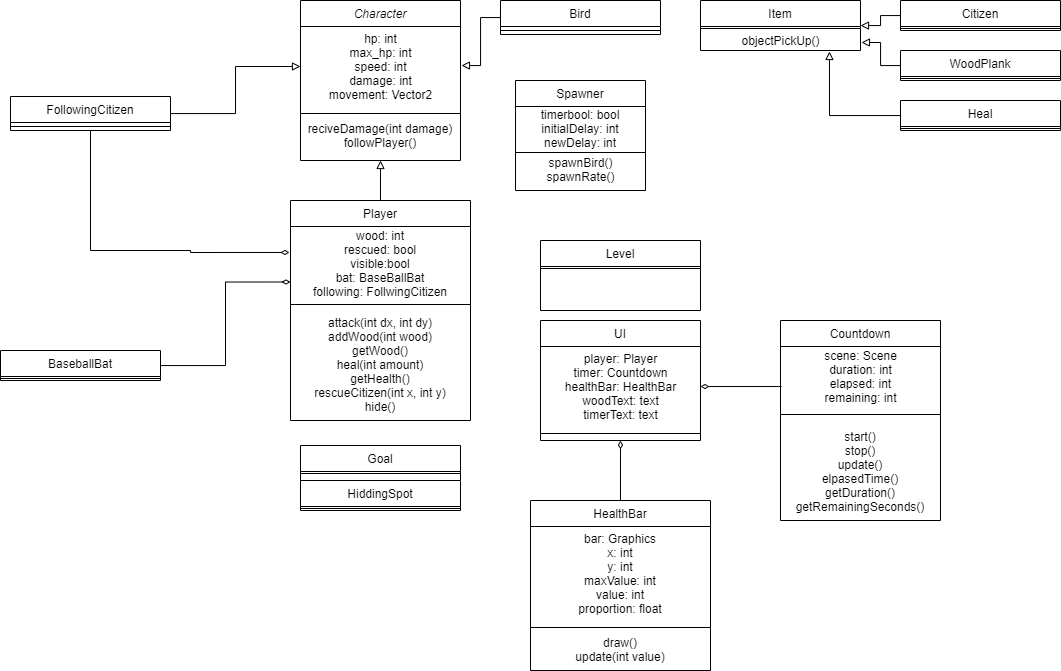
Before: assets/images/aves.drawio.png, a diagram exported from draw.io (Acedpol/Proyecto_PVLI---AVES). Source tidied: cells renumbered, new cells last; positions are measured from the earlier drawing's top-left corner, leaving out a move shared by most shapes.
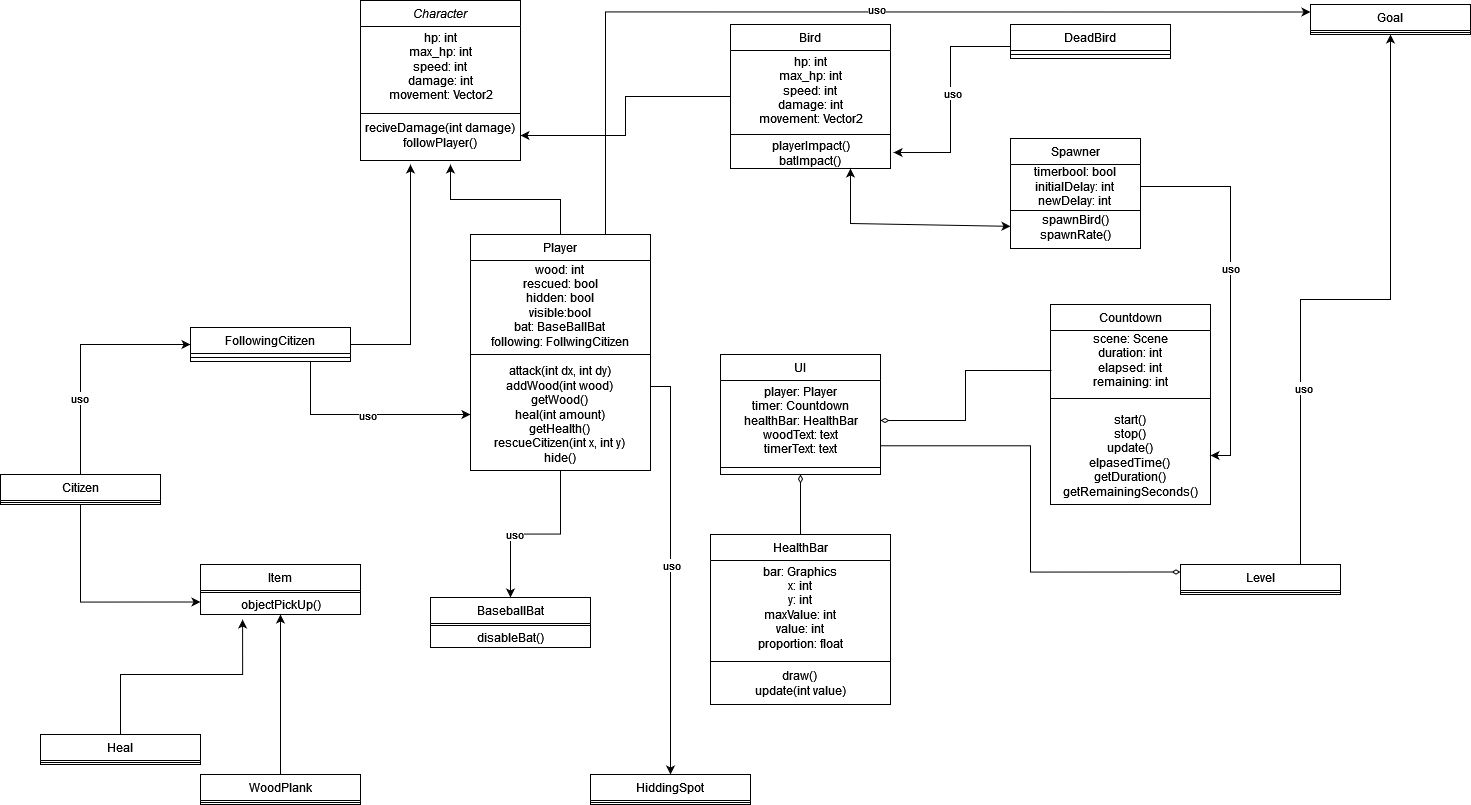
After the commit.

Commit message:
nuevo uml

Change to the diagram source:
```diff
@@ -5,3 +5,3 @@
     <mxCell id="2" value="Character" style="swimlane;fontStyle=2;align=center;verticalAlign=top;horizontal=1;startSize=26;rounded=0;shadow=0;strokeWidth=1;" parent="1" vertex="1">
-      <mxGeometry x="300" width="160" height="160" as="geometry" />
+      <mxGeometry x="180" y="-34" width="160" height="160" as="geometry" />
     </mxCell>
@@ -16,12 +16,17 @@
     </mxCell>
-    <mxCell id="6" style="edgeStyle=orthogonalEdgeStyle;rounded=0;jettySize=auto;html=1;endArrow=block;endFill=0;" parent="1" edge="1" source="8" target="3">
-      <mxGeometry relative="1" as="geometry" />
+    <mxCell id="6" style="edgeStyle=orthogonalEdgeStyle;rounded=0;jettySize=auto;html=1;endArrow=classic;endFill=1;" parent="1" edge="1" source="8">
+      <mxGeometry relative="1" as="geometry">
+        <mxPoint x="230" y="130" as="targetPoint" />
+      </mxGeometry>
     </mxCell>
-    <mxCell id="7" style="edgeStyle=orthogonalEdgeStyle;rounded=0;jettySize=auto;html=1;startArrow=none;startFill=0;endArrow=none;endFill=0;" parent="1" edge="1" source="8">
-      <mxGeometry relative="1" as="geometry">
-        <mxPoint x="90" y="250" as="targetPoint" />
-      </mxGeometry>
-    </mxCell>
+    <mxCell id="57" style="edgeStyle=orthogonalEdgeStyle;rounded=0;jettySize=auto;html=1;exitX=0.75;exitY=1;exitDx=0;exitDy=0;entryX=0;entryY=0.5;entryDx=0;entryDy=0;endArrow=classic;endFill=1;" parent="1" edge="1" source="8" target="14">
+      <mxGeometry relative="1" as="geometry" />
+    </mxCell>
+    <mxCell id="58" value="uso" style="edgeLabel;html=1;align=center;verticalAlign=middle;" parent="57" vertex="1">
+      <mxGeometry x="0.02" relative="1" as="geometry">
+        <mxPoint x="1" as="offset" />
+      </mxGeometry>
+    </mxCell>
     <mxCell id="8" value="FollowingCitizen&#10;" style="swimlane;fontStyle=0;align=center;verticalAlign=top;horizontal=1;startSize=26;rounded=0;shadow=0;strokeWidth=1;" parent="1" vertex="1">
-      <mxGeometry x="10" y="96" width="160" height="34" as="geometry" />
+      <mxGeometry x="10" y="293" width="160" height="34" as="geometry" />
     </mxCell>
@@ -30,28 +35,42 @@
     </mxCell>
-    <mxCell id="10" style="edgeStyle=orthogonalEdgeStyle;rounded=0;jettySize=auto;html=1;exitX=0.5;exitY=0;exitDx=0;exitDy=0;entryX=0.5;entryY=1;entryDx=0;entryDy=0;endArrow=block;endFill=0;" parent="1" edge="1" source="11" target="2">
-      <mxGeometry relative="1" as="geometry" />
+    <mxCell id="10" style="edgeStyle=orthogonalEdgeStyle;rounded=0;jettySize=auto;html=1;exitX=0.5;exitY=0;exitDx=0;exitDy=0;endArrow=classic;endFill=1;" parent="1" edge="1" source="11">
+      <mxGeometry relative="1" as="geometry">
+        <mxPoint x="270" y="130" as="targetPoint" />
+      </mxGeometry>
     </mxCell>
+    <mxCell id="59" style="edgeStyle=orthogonalEdgeStyle;rounded=0;jettySize=auto;html=1;exitX=0.75;exitY=0;exitDx=0;exitDy=0;entryX=0;entryY=0.25;entryDx=0;entryDy=0;startArrow=none;startFill=0;endArrow=classic;endFill=1;" parent="1" edge="1" source="11" target="43">
+      <mxGeometry relative="1" as="geometry" />
+    </mxCell>
+    <mxCell id="60" value="uso" style="edgeLabel;html=1;align=center;verticalAlign=middle;" parent="59" vertex="1">
+      <mxGeometry x="0.06" y="3" relative="1" as="geometry" />
+    </mxCell>
     <mxCell id="11" value="Player&#10;" style="swimlane;fontStyle=0;align=center;verticalAlign=top;horizontal=1;startSize=26;rounded=0;shadow=0;strokeWidth=1;" parent="1" vertex="1">
-      <mxGeometry x="290" y="200" width="180" height="220" as="geometry" />
+      <mxGeometry x="290" y="200" width="180" height="236" as="geometry" />
     </mxCell>
-    <mxCell id="12" value="wood: int&lt;br&gt;rescued: bool&lt;br&gt;visible:bool&lt;br&gt;bat: BaseBallBat&lt;br&gt;following: FollwingCitizen" style="text;html=1;strokeColor=none;fillColor=none;align=center;verticalAlign=middle;whiteSpace=wrap;rounded=0;" parent="11" vertex="1">
-      <mxGeometry y="26" width="180" height="74" as="geometry" />
+    <mxCell id="12" value="wood: int&lt;br&gt;&lt;div&gt;rescued: bool&lt;/div&gt;&lt;div&gt;hidden: bool&lt;br&gt;&lt;/div&gt;visible:bool&lt;br&gt;bat: BaseBallBat&lt;br&gt;following: FollwingCitizen" style="text;html=1;strokeColor=none;fillColor=none;align=center;verticalAlign=middle;whiteSpace=wrap;rounded=0;" parent="11" vertex="1">
+      <mxGeometry y="26" width="180" height="90" as="geometry" />
     </mxCell>
     <mxCell id="13" style="line;html=1;strokeWidth=1;align=left;verticalAlign=middle;spacingTop=-1;spacingLeft=3;spacingRight=3;labelPosition=right;" parent="11" vertex="1">
-      <mxGeometry y="100" width="180" height="8" as="geometry" />
+      <mxGeometry y="116" width="180" height="8" as="geometry" />
     </mxCell>
     <mxCell id="14" value="attack(int dx, int dy)&lt;br&gt;addWood(int wood)&lt;br&gt;getWood()&lt;br&gt;heal(int amount)&lt;br&gt;getHealth()&lt;br&gt;rescueCitizen(int x, int y)&lt;br&gt;hide()&lt;br&gt;" style="text;html=1;strokeColor=none;fillColor=none;align=center;verticalAlign=middle;whiteSpace=wrap;rounded=0;" parent="11" vertex="1">
-      <mxGeometry y="108" width="180" height="112" as="geometry" />
+      <mxGeometry y="124" width="180" height="112" as="geometry" />
     </mxCell>
-    <mxCell id="15" style="edgeStyle=orthogonalEdgeStyle;rounded=0;jettySize=auto;html=1;endArrow=block;endFill=0;entryX=1.006;entryY=0.488;entryDx=0;entryDy=0;entryPerimeter=0;" parent="1" edge="1" source="16" target="3">
-      <mxGeometry relative="1" as="geometry" />
-    </mxCell>
+    <mxCell id="61" style="edgeStyle=orthogonalEdgeStyle;rounded=0;jettySize=auto;html=1;exitX=0;exitY=0.5;exitDx=0;exitDy=0;entryX=1;entryY=0.5;entryDx=0;entryDy=0;endArrow=classic;endFill=1;" parent="1" edge="1" source="16" target="5">
+      <mxGeometry relative="1" as="geometry" />
+    </mxCell>
     <mxCell id="16" value="Bird&#10;" style="swimlane;fontStyle=0;align=center;verticalAlign=top;horizontal=1;startSize=26;rounded=0;shadow=0;strokeWidth=1;" parent="1" vertex="1">
-      <mxGeometry x="500" width="160" height="34" as="geometry" />
+      <mxGeometry x="550" y="-10" width="160" height="144" as="geometry" />
     </mxCell>
+    <mxCell id="62" value="hp: int&lt;br&gt;max_hp: int&lt;br&gt;speed: int&lt;br&gt;damage: int&lt;br&gt;movement: Vector2" style="text;html=1;align=center;verticalAlign=middle;strokeColor=none;fillColor=none;" parent="16" vertex="1">
+      <mxGeometry y="26" width="160" height="80" as="geometry" />
+    </mxCell>
     <mxCell id="17" style="line;html=1;strokeWidth=1;align=left;verticalAlign=middle;spacingTop=-1;spacingLeft=3;spacingRight=3;labelPosition=right;" parent="16" vertex="1">
-      <mxGeometry y="26" width="160" height="8" as="geometry" />
+      <mxGeometry y="106" width="160" height="8" as="geometry" />
     </mxCell>
+    <mxCell id="63" value="&lt;div&gt;playerImpact()&lt;/div&gt;&lt;div&gt;batImpact()&lt;br&gt;&lt;/div&gt;" style="text;html=1;align=center;verticalAlign=middle;points=[];strokeColor=none;fillColor=none;" parent="16" vertex="1">
+      <mxGeometry y="114" width="160" height="30" as="geometry" />
+    </mxCell>
     <mxCell id="18" value="Item&#10;" style="swimlane;fontStyle=0;align=center;verticalAlign=top;horizontal=1;startSize=26;rounded=0;shadow=0;strokeWidth=1;" parent="1" vertex="1">
-      <mxGeometry x="700" width="160" height="50" as="geometry" />
+      <mxGeometry x="20" y="530" width="160" height="50" as="geometry" />
     </mxCell>
@@ -72,4 +91,13 @@
     </mxCell>
+    <mxCell id="64" style="edgeStyle=orthogonalEdgeStyle;rounded=0;jettySize=auto;html=1;exitX=0;exitY=0.25;exitDx=0;exitDy=0;entryX=0.995;entryY=0.816;entryDx=0;entryDy=0;entryPerimeter=0;startArrow=diamondThin;startFill=0;endArrow=none;endFill=0;" parent="1" edge="1" source="24" target="22">
+      <mxGeometry relative="1" as="geometry" />
+    </mxCell>
+    <mxCell id="65" style="edgeStyle=orthogonalEdgeStyle;rounded=0;jettySize=auto;html=1;exitX=0.75;exitY=0;exitDx=0;exitDy=0;entryX=0.5;entryY=1;entryDx=0;entryDy=0;startArrow=none;startFill=0;endArrow=classic;endFill=1;" parent="1" edge="1" source="24" target="43">
+      <mxGeometry relative="1" as="geometry" />
+    </mxCell>
+    <mxCell id="66" value="uso" style="edgeLabel;html=1;align=center;verticalAlign=middle;" parent="65" vertex="1">
+      <mxGeometry x="-0.43" y="-2" relative="1" as="geometry" />
+    </mxCell>
     <mxCell id="24" value="Level&#10;" style="swimlane;fontStyle=0;align=center;verticalAlign=top;horizontal=1;startSize=26;rounded=0;shadow=0;strokeWidth=1;" parent="1" vertex="1">
-      <mxGeometry x="540" y="240" width="160" height="70" as="geometry" />
+      <mxGeometry x="1000" y="530" width="160" height="30" as="geometry" />
     </mxCell>
@@ -78,3 +106,3 @@
     </mxCell>
-    <mxCell id="26" style="edgeStyle=orthogonalEdgeStyle;rounded=0;jettySize=auto;html=1;entryX=1.006;entryY=0.6;entryDx=0;entryDy=0;entryPerimeter=0;endArrow=block;endFill=0;" parent="1" edge="1" source="27" target="20">
+    <mxCell id="26" style="edgeStyle=orthogonalEdgeStyle;rounded=0;jettySize=auto;html=1;exitX=0.5;exitY=0;exitDx=0;exitDy=0;endArrow=classic;endFill=1;" parent="1" edge="1" source="27" target="20">
       <mxGeometry relative="1" as="geometry" />
@@ -82,3 +110,3 @@
     <mxCell id="27" value="WoodPlank&#10;" style="swimlane;fontStyle=0;align=center;verticalAlign=top;horizontal=1;startSize=26;rounded=0;shadow=0;strokeWidth=1;" parent="1" vertex="1">
-      <mxGeometry x="900" y="50" width="160" height="30" as="geometry" />
+      <mxGeometry x="20" y="740" width="160" height="30" as="geometry" />
     </mxCell>
@@ -87,3 +115,3 @@
     </mxCell>
-    <mxCell id="29" style="edgeStyle=orthogonalEdgeStyle;rounded=0;jettySize=auto;html=1;endArrow=block;endFill=0;entryX=0.806;entryY=1.05;entryDx=0;entryDy=0;entryPerimeter=0;" parent="1" edge="1" source="30" target="20">
+    <mxCell id="29" style="edgeStyle=orthogonalEdgeStyle;rounded=0;jettySize=auto;html=1;endArrow=classic;endFill=1;entryX=0.263;entryY=1.25;entryDx=0;entryDy=0;entryPerimeter=0;" parent="1" edge="1" source="30" target="20">
       <mxGeometry relative="1" as="geometry" />
@@ -91,3 +119,3 @@
     <mxCell id="30" value="Heal" style="swimlane;fontStyle=0;align=center;verticalAlign=top;horizontal=1;startSize=26;rounded=0;shadow=0;strokeWidth=1;" parent="1" vertex="1">
-      <mxGeometry x="900" y="100" width="160" height="30" as="geometry" />
+      <mxGeometry x="-140" y="700" width="160" height="30" as="geometry" />
     </mxCell>
@@ -96,7 +124,13 @@
     </mxCell>
-    <mxCell id="32" style="edgeStyle=orthogonalEdgeStyle;rounded=0;jettySize=auto;html=1;endArrow=block;endFill=0;" parent="1" edge="1" source="33" target="18">
+    <mxCell id="32" style="edgeStyle=orthogonalEdgeStyle;rounded=0;jettySize=auto;html=1;exitX=0.5;exitY=1;exitDx=0;exitDy=0;entryX=0;entryY=0.75;entryDx=0;entryDy=0;endArrow=classic;endFill=1;" parent="1" edge="1" source="33" target="18">
       <mxGeometry relative="1" as="geometry" />
     </mxCell>
+    <mxCell id="67" style="edgeStyle=orthogonalEdgeStyle;rounded=0;jettySize=auto;html=1;exitX=0.5;exitY=0;exitDx=0;exitDy=0;entryX=0;entryY=0.5;entryDx=0;entryDy=0;startArrow=none;startFill=0;endArrow=classic;endFill=1;" parent="1" edge="1" source="33" target="8">
+      <mxGeometry relative="1" as="geometry" />
+    </mxCell>
+    <mxCell id="68" value="&lt;div&gt;uso&lt;/div&gt;" style="edgeLabel;html=1;align=center;verticalAlign=middle;" parent="67" vertex="1">
+      <mxGeometry x="-0.36" y="2" relative="1" as="geometry" />
+    </mxCell>
     <mxCell id="33" value="Citizen&#10;" style="swimlane;fontStyle=0;align=center;verticalAlign=top;horizontal=1;startSize=26;rounded=0;shadow=0;strokeWidth=1;" parent="1" vertex="1">
-      <mxGeometry x="900" width="160" height="30" as="geometry" />
+      <mxGeometry x="-180" y="440" width="160" height="30" as="geometry" />
     </mxCell>
@@ -118,3 +152,3 @@
     <mxCell id="39" value="Countdown" style="swimlane;fontStyle=0;align=center;verticalAlign=top;horizontal=1;startSize=26;rounded=0;shadow=0;strokeWidth=1;" parent="1" vertex="1">
-      <mxGeometry x="780" y="320" width="160" height="200" as="geometry" />
+      <mxGeometry x="870" y="270" width="160" height="200" as="geometry" />
     </mxCell>
@@ -130,3 +164,3 @@
     <mxCell id="43" value="Goal&#10;" style="swimlane;fontStyle=0;align=center;verticalAlign=top;horizontal=1;startSize=26;rounded=0;shadow=0;strokeWidth=1;" parent="1" vertex="1">
-      <mxGeometry x="300" y="445" width="160" height="35" as="geometry" />
+      <mxGeometry x="1130" y="-30" width="160" height="30" as="geometry" />
     </mxCell>
@@ -136,3 +170,3 @@
     <mxCell id="45" value="HiddingSpot&#10;" style="swimlane;fontStyle=0;align=center;verticalAlign=top;horizontal=1;startSize=26;rounded=0;shadow=0;strokeWidth=1;" parent="1" vertex="1">
-      <mxGeometry x="300" y="480" width="160" height="30" as="geometry" />
+      <mxGeometry x="410" y="740" width="160" height="30" as="geometry" />
     </mxCell>
@@ -142,3 +176,3 @@
     <mxCell id="47" value="Spawner&#10;" style="swimlane;fontStyle=0;align=center;verticalAlign=top;horizontal=1;startSize=26;rounded=0;shadow=0;strokeWidth=1;" parent="1" vertex="1">
-      <mxGeometry x="515" y="80" width="130" height="110" as="geometry" />
+      <mxGeometry x="830" y="104" width="130" height="110" as="geometry" />
     </mxCell>
@@ -153,7 +187,4 @@
     </mxCell>
-    <mxCell id="51" style="edgeStyle=orthogonalEdgeStyle;rounded=0;jettySize=auto;html=1;endArrow=diamondThin;endFill=0;entryX=0;entryY=0.75;entryDx=0;entryDy=0;" parent="1" edge="1" source="52" target="12">
-      <mxGeometry relative="1" as="geometry" />
-    </mxCell>
     <mxCell id="52" value="BaseballBat&#10;" style="swimlane;fontStyle=0;align=center;verticalAlign=top;horizontal=1;startSize=26;rounded=0;shadow=0;strokeWidth=1;" parent="1" vertex="1">
-      <mxGeometry y="350" width="160" height="30" as="geometry" />
+      <mxGeometry x="250" y="563" width="160" height="50" as="geometry" />
     </mxCell>
@@ -162,2 +193,5 @@
     </mxCell>
+    <mxCell id="69" value="disableBat()" style="text;html=1;align=center;verticalAlign=middle;strokeColor=none;fillColor=none;" parent="52" vertex="1">
+      <mxGeometry y="30" width="160" height="20" as="geometry" />
+    </mxCell>
     <mxCell id="54" style="edgeStyle=orthogonalEdgeStyle;rounded=0;jettySize=auto;html=1;entryX=0.5;entryY=0;entryDx=0;entryDy=0;endArrow=none;endFill=0;exitX=0.5;exitY=1;exitDx=0;exitDy=0;startArrow=diamondThin;startFill=0;" parent="1" edge="1" source="21" target="35">
@@ -168,7 +202,45 @@
     </mxCell>
-    <mxCell id="56" style="edgeStyle=orthogonalEdgeStyle;rounded=0;jettySize=auto;html=1;startArrow=diamondThin;startFill=0;endArrow=none;endFill=0;exitX=-0.006;exitY=0.351;exitDx=0;exitDy=0;exitPerimeter=0;" parent="1" edge="1" source="12">
-      <mxGeometry relative="1" as="geometry">
-        <mxPoint x="90" y="250" as="targetPoint" />
-      </mxGeometry>
-    </mxCell>
+    <mxCell id="70" style="endArrow=classic;startArrow=classic;html=1;rounded=0;exitX=0.75;exitY=1;exitDx=0;exitDy=0;" parent="1" edge="1" source="16" target="50">
+      <mxGeometry relative="1" as="geometry">
+        <Array as="points">
+          <mxPoint x="670" y="189" />
+        </Array>
+      </mxGeometry>
+    </mxCell>
+    <mxCell id="71" style="edgeStyle=orthogonalEdgeStyle;rounded=0;jettySize=auto;html=1;exitX=0;exitY=0.5;exitDx=0;exitDy=0;entryX=1.019;entryY=0.467;entryDx=0;entryDy=0;entryPerimeter=0;endArrow=classic;endFill=1;" parent="1" edge="1" source="73" target="63">
+      <mxGeometry relative="1" as="geometry">
+        <Array as="points">
+          <mxPoint x="830" y="12" />
+          <mxPoint x="770" y="12" />
+          <mxPoint x="770" y="118" />
+        </Array>
+      </mxGeometry>
+    </mxCell>
+    <mxCell id="72" value="uso" style="edgeLabel;html=1;align=center;verticalAlign=middle;" parent="71" vertex="1">
+      <mxGeometry x="-0.03" y="1" relative="1" as="geometry" />
+    </mxCell>
+    <mxCell id="73" value="DeadBird" style="swimlane;fontStyle=0;align=center;verticalAlign=top;horizontal=1;startSize=26;rounded=0;shadow=0;strokeWidth=1;" parent="1" vertex="1">
+      <mxGeometry x="830" y="-10" width="160" height="34" as="geometry" />
+    </mxCell>
+    <mxCell id="74" style="line;html=1;strokeWidth=1;align=left;verticalAlign=middle;spacingTop=-1;spacingLeft=3;spacingRight=3;labelPosition=right;" parent="73" vertex="1">
+      <mxGeometry y="26" width="160" height="8" as="geometry" />
+    </mxCell>
+    <mxCell id="75" style="edgeStyle=orthogonalEdgeStyle;rounded=0;jettySize=auto;html=1;exitX=1;exitY=0.25;exitDx=0;exitDy=0;endArrow=classic;endFill=1;startArrow=none;startFill=0;" parent="1" edge="1" source="14" target="45">
+      <mxGeometry relative="1" as="geometry" />
+    </mxCell>
+    <mxCell id="76" value="uso" style="edgeLabel;html=1;align=center;verticalAlign=middle;" parent="75" vertex="1">
+      <mxGeometry x="-0.03" relative="1" as="geometry" />
+    </mxCell>
+    <mxCell id="77" style="edgeStyle=orthogonalEdgeStyle;rounded=0;jettySize=auto;html=1;exitX=0.5;exitY=1;exitDx=0;exitDy=0;startArrow=none;startFill=0;endArrow=classic;endFill=1;" parent="1" edge="1" source="14" target="52">
+      <mxGeometry relative="1" as="geometry" />
+    </mxCell>
+    <mxCell id="78" value="uso" style="edgeLabel;html=1;align=center;verticalAlign=middle;" parent="77" vertex="1">
+      <mxGeometry x="0.25" relative="1" as="geometry" />
+    </mxCell>
+    <mxCell id="79" style="edgeStyle=orthogonalEdgeStyle;rounded=0;jettySize=auto;html=1;exitX=1;exitY=0.5;exitDx=0;exitDy=0;entryX=1;entryY=0.5;entryDx=0;entryDy=0;startArrow=none;startFill=0;endArrow=classic;endFill=1;" parent="1" edge="1" source="48" target="42">
+      <mxGeometry relative="1" as="geometry" />
+    </mxCell>
+    <mxCell id="80" value="uso" style="edgeLabel;html=1;align=center;verticalAlign=middle;" parent="79" vertex="1">
+      <mxGeometry x="-0.09" y="-1" relative="1" as="geometry" />
+    </mxCell>
   </root>
```
